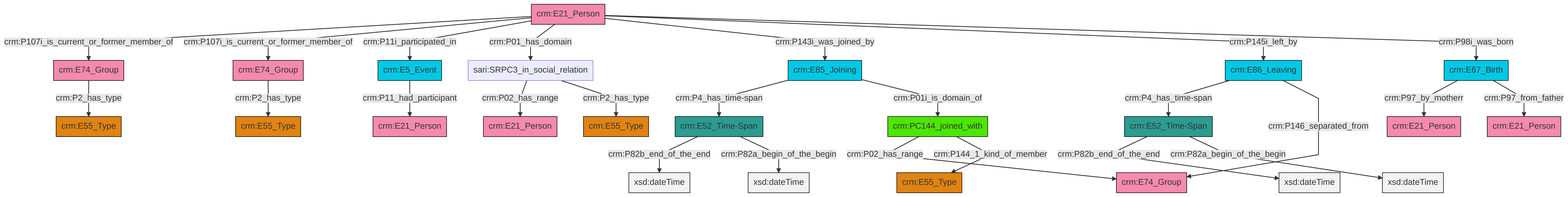
swiss-art-research-net/docs.swissartresearch keeps this Mermaid diagram as et/personCSV/ttl/mmd/png/Person_Actor_Relations.png. Above is the earlier version. Its source is kept beside it as et/personCSV/ttl/mmd/Person_Actor_Relations.ttl.mmd.
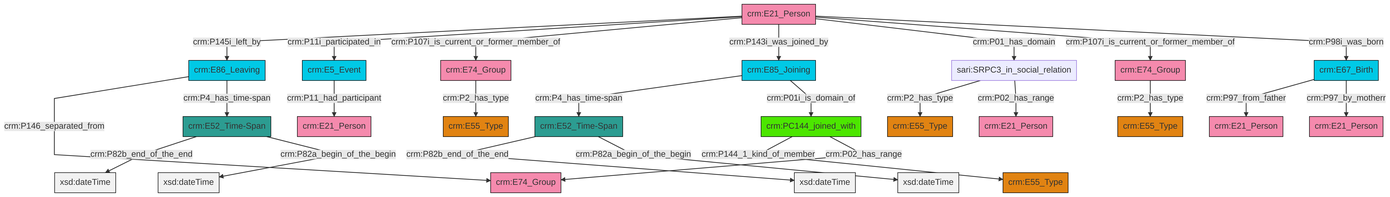
The same file after the commit.

Change to the diagram source:
```diff
@@ -13,27 +13,27 @@
 classDef PC_Classes fill:#4ce600, stroke:#000000;
 classDef Multi fill:#cccccc,stroke:#000000;
 
-2["crm:E74_Group"]:::Actor -->|crm:P2_has_type| 3["crm:E55_Type"]:::Type
-4["crm:E86_Leaving"]:::Temporal_Entity -->|crm:P4_has_time-span| 5["crm:E52_Time-Span"]:::Time-Span
-6["crm:PC144_joined_with"]:::PC_Classes -->|crm:P02_has_range| 7["crm:E74_Group"]:::Actor
-8["crm:E52_Time-Span"]:::Time-Span -->|crm:P82b_end_of_the_end| 10[xsd:dateTime]:::Literal
-11["crm:E67_Birth"]:::Temporal_Entity -->|crm:P97_by_motherr| 12["crm:E21_Person"]:::Actor
-5["crm:E52_Time-Span"]:::Time-Span -->|crm:P82b_end_of_the_end| 13[xsd:dateTime]:::Literal
-17["crm:E21_Person"]:::Actor -->|crm:P107i_is_current_or_former_member_of| 18["crm:E74_Group"]:::Actor
-17["crm:E21_Person"]:::Actor -->|crm:P107i_is_current_or_former_member_of| 2["crm:E74_Group"]:::Actor
-0["crm:E85_Joining"]:::Temporal_Entity -->|crm:P4_has_time-span| 8["crm:E52_Time-Span"]:::Time-Span
-30["sari:SRPC3_in_social_relation"]:::Default -->|crm:P02_has_range| 31["crm:E21_Person"]:::Actor
-17["crm:E21_Person"]:::Actor -->|crm:P11i_participated_in| 27["crm:E5_Event"]:::Temporal_Entity
-17["crm:E21_Person"]:::Actor -->|crm:P01_has_domain| 30["sari:SRPC3_in_social_relation"]:::Default
-4["crm:E86_Leaving"]:::Temporal_Entity -->|crm:P146_separated_from| 7["crm:E74_Group"]:::Actor
-8["crm:E52_Time-Span"]:::Time-Span -->|crm:P82a_begin_of_the_begin| 33[xsd:dateTime]:::Literal
-30["sari:SRPC3_in_social_relation"]:::Default -->|crm:P2_has_type| 34["crm:E55_Type"]:::Type
-5["crm:E52_Time-Span"]:::Time-Span -->|crm:P82a_begin_of_the_begin| 37[xsd:dateTime]:::Literal
-11["crm:E67_Birth"]:::Temporal_Entity -->|crm:P97_from_father| 38["crm:E21_Person"]:::Actor
-17["crm:E21_Person"]:::Actor -->|crm:P143i_was_joined_by| 0["crm:E85_Joining"]:::Temporal_Entity
-6["crm:PC144_joined_with"]:::PC_Classes -->|crm:P144_1_kind_of_member| 22["crm:E55_Type"]:::Type
-18["crm:E74_Group"]:::Actor -->|crm:P2_has_type| 15["crm:E55_Type"]:::Type
-17["crm:E21_Person"]:::Actor -->|crm:P145i_left_by| 4["crm:E86_Leaving"]:::Temporal_Entity
-17["crm:E21_Person"]:::Actor -->|crm:P98i_was_born| 11["crm:E67_Birth"]:::Temporal_Entity
-27["crm:E5_Event"]:::Temporal_Entity -->|crm:P11_had_participant| 25["crm:E21_Person"]:::Actor
-0["crm:E85_Joining"]:::Temporal_Entity -->|crm:P01i_is_domain_of| 6["crm:PC144_joined_with"]:::PC_Classes
+0["crm:E21_Person"]:::Actor -->|crm:P145i_left_by| 1["crm:E86_Leaving"]:::Temporal_Entity
+6["crm:E52_Time-Span"]:::Time-Span -->|crm:P82b_end_of_the_end| 7[xsd:dateTime]:::Literal
+0["crm:E21_Person"]:::Actor -->|crm:P11i_participated_in| 8["crm:E5_Event"]:::Temporal_Entity
+15["crm:E74_Group"]:::Actor -->|crm:P2_has_type| 16["crm:E55_Type"]:::Type
+19["sari:SRPC3_in_social_relation"]:::Default -->|crm:P2_has_type| 20["crm:E55_Type"]:::Type
+1["crm:E86_Leaving"]:::Temporal_Entity -->|crm:P146_separated_from| 4["crm:E74_Group"]:::Actor
+12["crm:E67_Birth"]:::Temporal_Entity -->|crm:P97_from_father| 21["crm:E21_Person"]:::Actor
+10["crm:E85_Joining"]:::Temporal_Entity -->|crm:P4_has_time-span| 6["crm:E52_Time-Span"]:::Time-Span
+24["crm:PC144_joined_with"]:::PC_Classes -->|crm:P144_1_kind_of_member| 25["crm:E55_Type"]:::Type
+0["crm:E21_Person"]:::Actor -->|crm:P107i_is_current_or_former_member_of| 22["crm:E74_Group"]:::Actor
+10["crm:E85_Joining"]:::Temporal_Entity -->|crm:P01i_is_domain_of| 24["crm:PC144_joined_with"]:::PC_Classes
+0["crm:E21_Person"]:::Actor -->|crm:P143i_was_joined_by| 10["crm:E85_Joining"]:::Temporal_Entity
+2["crm:E52_Time-Span"]:::Time-Span -->|crm:P82b_end_of_the_end| 27[xsd:dateTime]:::Literal
+24["crm:PC144_joined_with"]:::PC_Classes -->|crm:P02_has_range| 4["crm:E74_Group"]:::Actor
+0["crm:E21_Person"]:::Actor -->|crm:P01_has_domain| 19["sari:SRPC3_in_social_relation"]:::Default
+6["crm:E52_Time-Span"]:::Time-Span -->|crm:P82a_begin_of_the_begin| 30[xsd:dateTime]:::Literal
+0["crm:E21_Person"]:::Actor -->|crm:P107i_is_current_or_former_member_of| 15["crm:E74_Group"]:::Actor
+0["crm:E21_Person"]:::Actor -->|crm:P98i_was_born| 12["crm:E67_Birth"]:::Temporal_Entity
+12["crm:E67_Birth"]:::Temporal_Entity -->|crm:P97_by_motherr| 31["crm:E21_Person"]:::Actor
+19["sari:SRPC3_in_social_relation"]:::Default -->|crm:P02_has_range| 17["crm:E21_Person"]:::Actor
+1["crm:E86_Leaving"]:::Temporal_Entity -->|crm:P4_has_time-span| 2["crm:E52_Time-Span"]:::Time-Span
+2["crm:E52_Time-Span"]:::Time-Span -->|crm:P82a_begin_of_the_begin| 43[xsd:dateTime]:::Literal
+8["crm:E5_Event"]:::Temporal_Entity -->|crm:P11_had_participant| 38["crm:E21_Person"]:::Actor
+22["crm:E74_Group"]:::Actor -->|crm:P2_has_type| 36["crm:E55_Type"]:::Type
```
